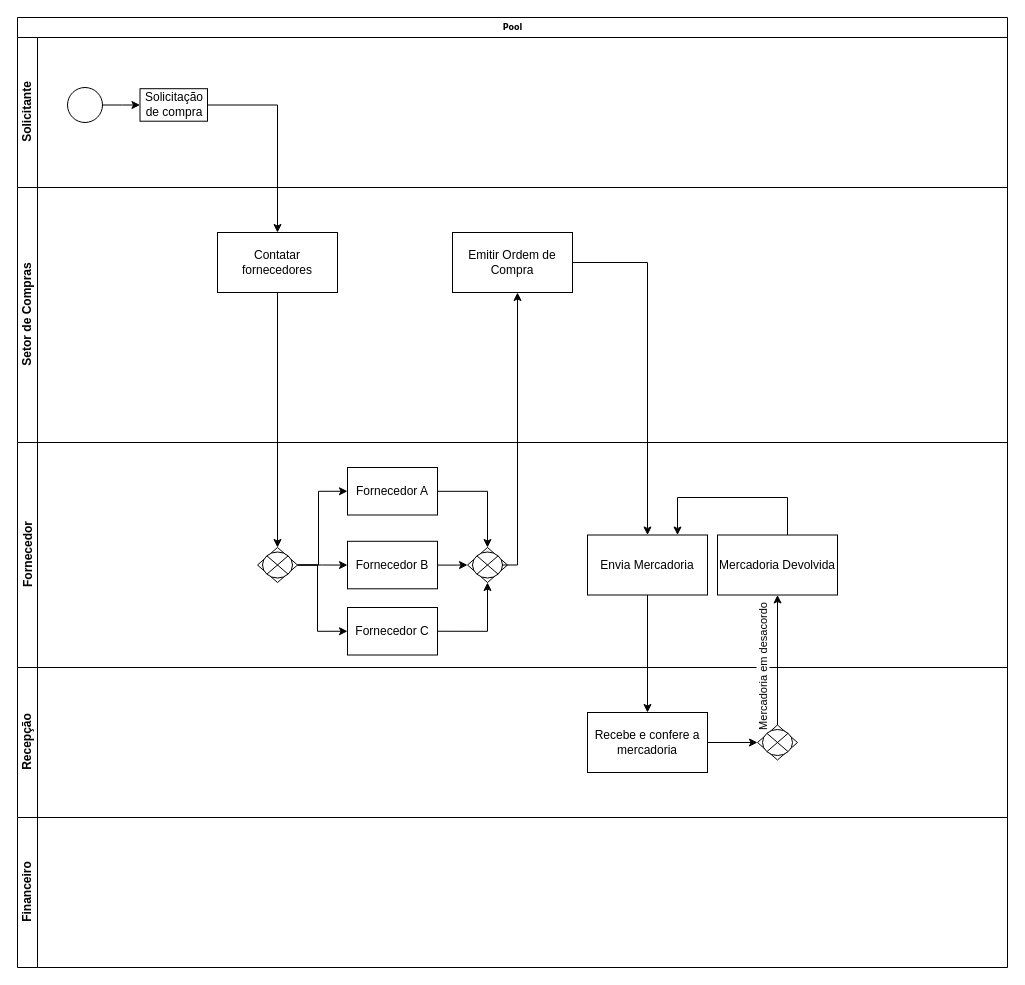
Above: trabalho.drawio in Dallas-03/DiagramaAnalise (draw.io), before the change. Source tidied: cells renumbered, new cells numbered last; positions are measured from the earlier drawing's top-left corner, leaving out a move shared by most shapes. Both pictures are drawn from the tidied source at 100%, with x=0, y=0 at pixel (17, 17).
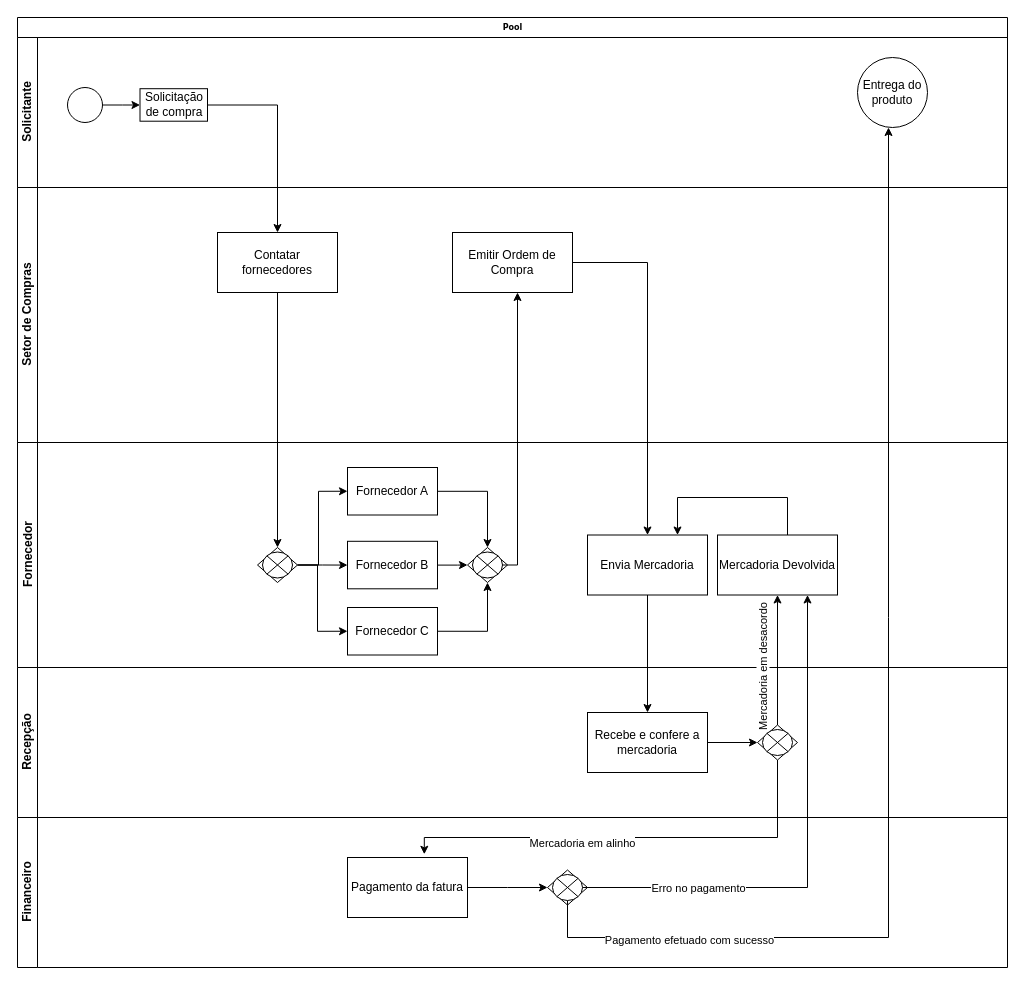
Above is the later version.

The change refers to these unchanged cells:
```xml
<mxCell id="3" value="Solicitante" style="swimlane;html=1;startSize=20;horizontal=0;" parent="2" vertex="1">
  <mxGeometry y="20" width="990" height="150" as="geometry" />
</mxCell>
<mxCell id="28" value="Mercadoria Devolvida" style="whiteSpace=wrap;html=1;" parent="12" vertex="1">
  <mxGeometry x="700" y="92.5" width="120" height="60" as="geometry" />
</mxCell>
<mxCell id="34" style="rhombus;whiteSpace=wrap;html=1;" parent="31" vertex="1">
  <mxGeometry x="740" y="57.5" width="40" height="35" as="geometry" />
</mxCell>
<mxCell id="37" value="Financeiro" style="swimlane;html=1;startSize=20;horizontal=0;" parent="1" vertex="1">
  <mxGeometry y="800" width="990" height="150" as="geometry" />
</mxCell>
```

Change to the diagram source:
```diff
@@
+    <mxCell id="40" value="Entrega do produto" style="ellipse;whiteSpace=wrap;html=1;" parent="3" vertex="1">
+      <mxGeometry x="840" y="20" width="70" height="70" as="geometry" />
+    </mxCell>
@@
+    <mxCell id="41" style="edgeStyle=orthogonalEdgeStyle;rounded=0;jettySize=auto;html=1;" parent="37" edge="1" source="42">
+      <mxGeometry relative="1" as="geometry">
+        <mxPoint x="530" y="70" as="targetPoint" />
+      </mxGeometry>
+    </mxCell>
+    <mxCell id="42" value="Pagamento da fatura" style="rounded=0;whiteSpace=wrap;html=1;" parent="37" vertex="1">
+      <mxGeometry x="330" y="40" width="120" height="60" as="geometry" />
+    </mxCell>
+    <mxCell id="43" style="rhombus;whiteSpace=wrap;html=1;" parent="37" vertex="1">
+      <mxGeometry x="530" y="52.5" width="40" height="35" as="geometry" />
+    </mxCell>
+    <mxCell id="44" style="edgeStyle=orthogonalEdgeStyle;rounded=0;jettySize=auto;html=1;" parent="37" edge="1" source="46">
+      <mxGeometry relative="1" as="geometry">
+        <mxPoint x="871" y="-690" as="targetPoint" />
+        <Array as="points">
+          <mxPoint x="550" y="120" />
+          <mxPoint x="871" y="120" />
+          <mxPoint x="871" y="-200" />
+        </Array>
+      </mxGeometry>
+    </mxCell>
+    <mxCell id="45" value="Pagamento efetuado com sucesso" style="edgeLabel;html=1;align=center;verticalAlign=middle;" parent="44" vertex="1">
+      <mxGeometry x="-0.73" y="-2" relative="1" as="geometry" />
+    </mxCell>
+    <mxCell id="46" style="shape=sumEllipse;perimeter=ellipsePerimeter;whiteSpace=wrap;html=1;backgroundOutline=1;" parent="37" vertex="1">
+      <mxGeometry x="535" y="57" width="30" height="26" as="geometry" />
+    </mxCell>
@@
+    <mxCell id="47" style="edgeStyle=orthogonalEdgeStyle;rounded=0;jettySize=auto;html=1;entryX=0.75;entryY=1;entryDx=0;entryDy=0;" parent="1" edge="1" source="46" target="28">
+      <mxGeometry relative="1" as="geometry" />
+    </mxCell>
+    <mxCell id="48" value="Erro no pagamento" style="edgeLabel;html=1;align=center;verticalAlign=middle;" parent="47" vertex="1">
+      <mxGeometry x="-0.8" y="-1" relative="1" as="geometry">
+        <mxPoint x="63" y="-1" as="offset" />
+      </mxGeometry>
+    </mxCell>
+    <mxCell id="49" style="edgeStyle=orthogonalEdgeStyle;rounded=0;jettySize=auto;html=1;entryX=0.64;entryY=-0.054;entryDx=0;entryDy=0;entryPerimeter=0;" parent="1" edge="1" source="34" target="42">
+      <mxGeometry relative="1" as="geometry">
+        <Array as="points">
+          <mxPoint x="760" y="820" />
+          <mxPoint x="407" y="820" />
+        </Array>
+      </mxGeometry>
+    </mxCell>
+    <mxCell id="50" value="Mercadoria em alinho" style="edgeLabel;html=1;align=center;verticalAlign=middle;" parent="49" vertex="1">
+      <mxGeometry x="0.22" y="5" relative="1" as="geometry" />
+    </mxCell>
```
